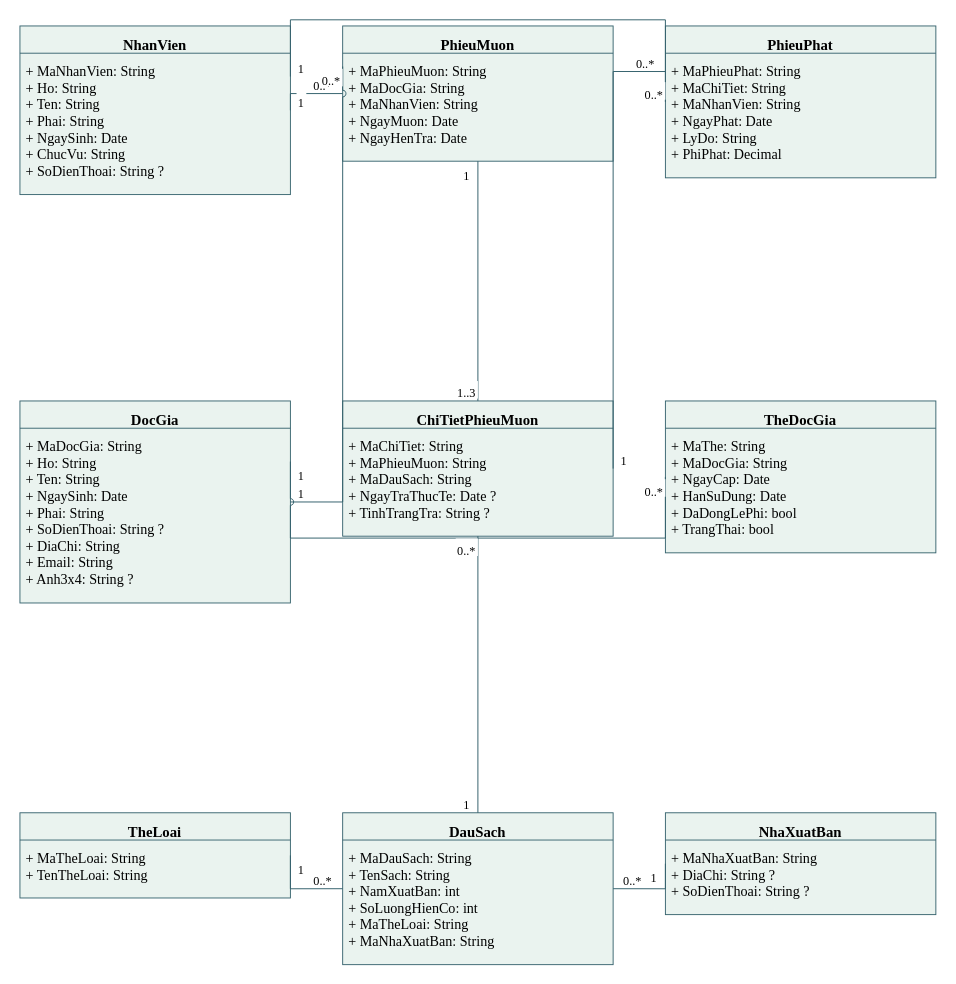
The draw.io diagram LAB2/UML/02_ClassDiagram.drawio in kanishere55/LAB_AT_OOSD, before the edit. Source tidied: cells renumbered, new cells numbered last; positions are measured from the earlier drawing's top-left corner, leaving out a move shared by most shapes. Both pictures are drawn from the tidied source at 118%, with x=0, y=0 at pixel (19, 19).
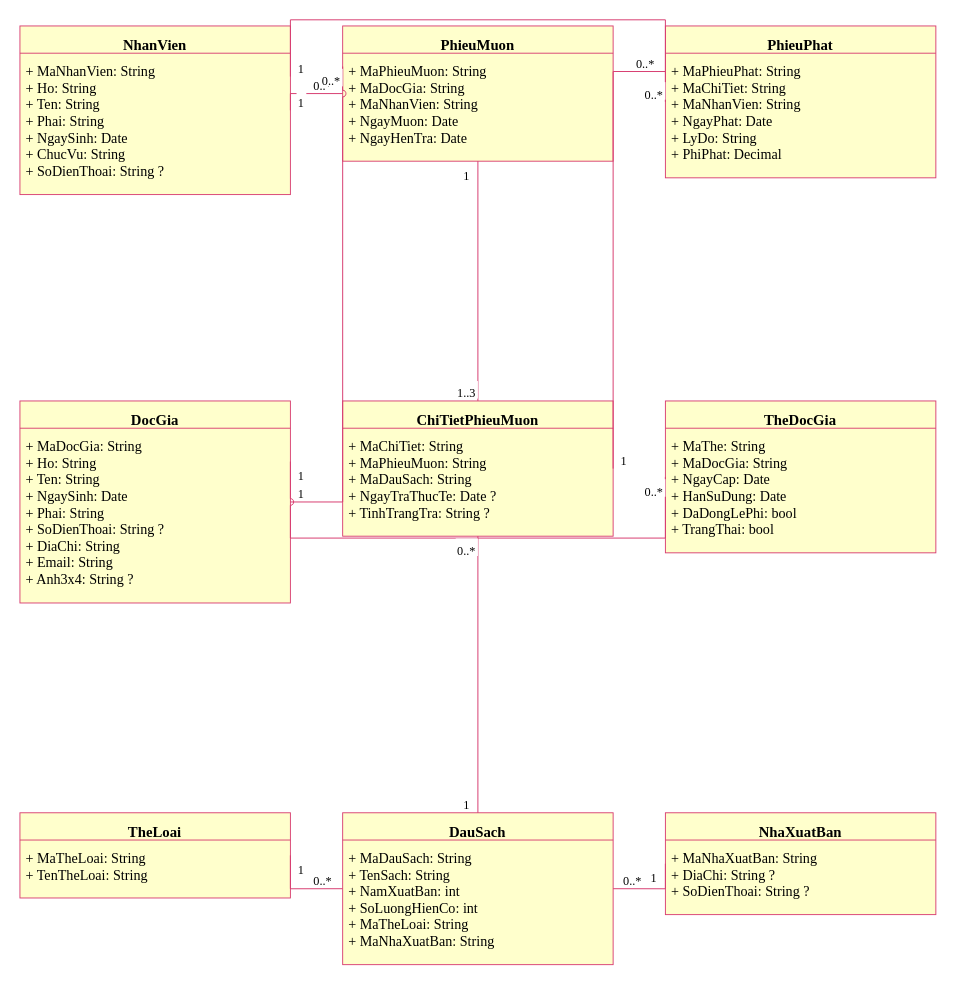
After the change.

Unchanged cells that the change refers to:
```xml
<mxCell id="2" style="group;html=0;" parent="1" vertex="1">
  <mxGeometry x="0.4" y="5.5" width="229.2" height="142.9" as="geometry" />
</mxCell>
<mxCell id="7" style="group;html=0;" parent="1" vertex="1">
  <mxGeometry x="273.9" y="5.5" width="229.2" height="114.6" as="geometry" />
</mxCell>
<mxCell id="12" style="group;html=0;" parent="1" vertex="1">
  <mxGeometry x="547.4" y="5.5" width="229.2" height="128.7" as="geometry" />
</mxCell>
<mxCell id="17" style="group;html=0;" parent="1" vertex="1">
  <mxGeometry x="0.4" y="323.3" width="229.2" height="171.2" as="geometry" />
</mxCell>
<mxCell id="22" style="group;html=0;" parent="1" vertex="1">
  <mxGeometry x="273.9" y="323.3" width="229.2" height="114.6" as="geometry" />
</mxCell>
<mxCell id="27" style="group;html=0;" parent="1" vertex="1">
  <mxGeometry x="547.4" y="323.3" width="229.2" height="128.7" as="geometry" />
</mxCell>
<mxCell id="32" style="group;html=0;" parent="1" vertex="1">
  <mxGeometry x="0.4" y="672.3" width="229.2" height="72.2" as="geometry" />
</mxCell>
<mxCell id="37" style="group;html=0;" parent="1" vertex="1">
  <mxGeometry x="273.9" y="672.3" width="229.2" height="128.7" as="geometry" />
</mxCell>
<mxCell id="42" style="group;html=0;" parent="1" vertex="1">
  <mxGeometry x="547.4" y="672.3" width="229.2" height="86.3" as="geometry" />
</mxCell>
```

Change to the diagram source:
```diff
@@
-    <mxCell id="3" style="rounded=0;arcSize=12;html=0;fillColor=#eaf3ef;strokeColor=#35626d;strokeWidth=0.781;" parent="2" vertex="1">
+    <mxCell id="3" style="rounded=0;arcSize=12;html=0;fillColor=#ffffcc;strokeColor=#d83d70;strokeWidth=0.781;" parent="2" vertex="1">
       <mxGeometry width="229.2" height="142.9" as="geometry" />
     </mxCell>
@@
-    <mxCell id="5" style="edgeStyle=none;noEdgeStyle=1;rounded=0;strokeColor=#35626d;strokeWidth=0.781;endArrow=none;startArrow=none;" parent="2" edge="1">
+    <mxCell id="5" style="edgeStyle=none;noEdgeStyle=1;rounded=0;strokeColor=#d83d70;strokeWidth=0.781;endArrow=none;startArrow=none;" parent="2" edge="1">
       <mxGeometry relative="1" as="geometry">
         <mxPoint y="23.1" as="sourcePoint" />
         <mxPoint x="229.2" y="23.1" as="targetPoint" />
       </mxGeometry>
     </mxCell>
@@
-    <mxCell id="8" style="rounded=0;arcSize=12;html=0;fillColor=#eaf3ef;strokeColor=#35626d;strokeWidth=0.781;" parent="7" vertex="1">
+    <mxCell id="8" style="rounded=0;arcSize=12;html=0;fillColor=#ffffcc;strokeColor=#d83d70;strokeWidth=0.781;" parent="7" vertex="1">
       <mxGeometry width="229.2" height="114.6" as="geometry" />
     </mxCell>
@@
-    <mxCell id="10" style="edgeStyle=none;noEdgeStyle=1;rounded=0;strokeColor=#35626d;strokeWidth=0.781;endArrow=none;startArrow=none;" parent="7" edge="1">
+    <mxCell id="10" style="edgeStyle=none;noEdgeStyle=1;rounded=0;strokeColor=#d83d70;strokeWidth=0.781;endArrow=none;startArrow=none;" parent="7" edge="1">
       <mxGeometry relative="1" as="geometry">
         <mxPoint y="23.1" as="sourcePoint" />
         <mxPoint x="229.2" y="23.1" as="targetPoint" />
       </mxGeometry>
     </mxCell>
@@
-    <mxCell id="13" style="rounded=0;arcSize=12;html=0;fillColor=#eaf3ef;strokeColor=#35626d;strokeWidth=0.781;" parent="12" vertex="1">
+    <mxCell id="13" style="rounded=0;arcSize=12;html=0;fillColor=#ffffcc;strokeColor=#d83d70;strokeWidth=0.781;" parent="12" vertex="1">
       <mxGeometry width="229.2" height="128.7" as="geometry" />
     </mxCell>
@@
-    <mxCell id="15" style="edgeStyle=none;noEdgeStyle=1;rounded=0;strokeColor=#35626d;strokeWidth=0.781;endArrow=none;startArrow=none;" parent="12" edge="1">
+    <mxCell id="15" style="edgeStyle=none;noEdgeStyle=1;rounded=0;strokeColor=#d83d70;strokeWidth=0.781;endArrow=none;startArrow=none;" parent="12" edge="1">
       <mxGeometry relative="1" as="geometry">
         <mxPoint y="23.1" as="sourcePoint" />
         <mxPoint x="229.2" y="23.1" as="targetPoint" />
       </mxGeometry>
     </mxCell>
@@
-    <mxCell id="18" style="rounded=0;arcSize=12;html=0;fillColor=#eaf3ef;strokeColor=#35626d;strokeWidth=0.781;" parent="17" vertex="1">
+    <mxCell id="18" style="rounded=0;arcSize=12;html=0;fillColor=#ffffcc;strokeColor=#d83d70;strokeWidth=0.781;" parent="17" vertex="1">
       <mxGeometry width="229.2" height="171.2" as="geometry" />
     </mxCell>
@@
-    <mxCell id="20" style="edgeStyle=none;noEdgeStyle=1;rounded=0;strokeColor=#35626d;strokeWidth=0.781;endArrow=none;startArrow=none;" parent="17" edge="1">
+    <mxCell id="20" style="edgeStyle=none;noEdgeStyle=1;rounded=0;strokeColor=#d83d70;strokeWidth=0.781;endArrow=none;startArrow=none;" parent="17" edge="1">
       <mxGeometry relative="1" as="geometry">
         <mxPoint y="23.1" as="sourcePoint" />
         <mxPoint x="229.2" y="23.1" as="targetPoint" />
       </mxGeometry>
     </mxCell>
@@
-    <mxCell id="23" style="rounded=0;arcSize=12;html=0;fillColor=#eaf3ef;strokeColor=#35626d;strokeWidth=0.781;" parent="22" vertex="1">
+    <mxCell id="23" style="rounded=0;arcSize=12;html=0;fillColor=#ffffcc;strokeColor=#d83d70;strokeWidth=0.781;" parent="22" vertex="1">
       <mxGeometry width="229.2" height="114.6" as="geometry" />
     </mxCell>
@@
-    <mxCell id="25" style="edgeStyle=none;noEdgeStyle=1;rounded=0;strokeColor=#35626d;strokeWidth=0.781;endArrow=none;startArrow=none;" parent="22" edge="1">
+    <mxCell id="25" style="edgeStyle=none;noEdgeStyle=1;rounded=0;strokeColor=#d83d70;strokeWidth=0.781;endArrow=none;startArrow=none;" parent="22" edge="1">
       <mxGeometry relative="1" as="geometry">
         <mxPoint y="23.1" as="sourcePoint" />
         <mxPoint x="229.2" y="23.1" as="targetPoint" />
       </mxGeometry>
     </mxCell>
@@
-    <mxCell id="28" style="rounded=0;arcSize=12;html=0;fillColor=#eaf3ef;strokeColor=#35626d;strokeWidth=0.781;" parent="27" vertex="1">
+    <mxCell id="28" style="rounded=0;arcSize=12;html=0;fillColor=#ffffcc;strokeColor=#d83d70;strokeWidth=0.781;" parent="27" vertex="1">
       <mxGeometry width="229.2" height="128.7" as="geometry" />
     </mxCell>
@@
-    <mxCell id="30" style="edgeStyle=none;noEdgeStyle=1;rounded=0;strokeColor=#35626d;strokeWidth=0.781;endArrow=none;startArrow=none;" parent="27" edge="1">
+    <mxCell id="30" style="edgeStyle=none;noEdgeStyle=1;rounded=0;strokeColor=#d83d70;strokeWidth=0.781;endArrow=none;startArrow=none;" parent="27" edge="1">
       <mxGeometry relative="1" as="geometry">
         <mxPoint y="23.1" as="sourcePoint" />
         <mxPoint x="229.2" y="23.1" as="targetPoint" />
       </mxGeometry>
     </mxCell>
@@
-    <mxCell id="33" style="rounded=0;arcSize=12;html=0;fillColor=#eaf3ef;strokeColor=#35626d;strokeWidth=0.781;" parent="32" vertex="1">
+    <mxCell id="33" style="rounded=0;arcSize=12;html=0;fillColor=#ffffcc;strokeColor=#d83d70;strokeWidth=0.781;" parent="32" vertex="1">
       <mxGeometry width="229.2" height="72.2" as="geometry" />
     </mxCell>
@@
-    <mxCell id="35" style="edgeStyle=none;noEdgeStyle=1;rounded=0;strokeColor=#35626d;strokeWidth=0.781;endArrow=none;startArrow=none;" parent="32" edge="1">
+    <mxCell id="35" style="edgeStyle=none;noEdgeStyle=1;rounded=0;strokeColor=#d83d70;strokeWidth=0.781;endArrow=none;startArrow=none;" parent="32" edge="1">
       <mxGeometry relative="1" as="geometry">
         <mxPoint y="23.1" as="sourcePoint" />
         <mxPoint x="229.2" y="23.1" as="targetPoint" />
       </mxGeometry>
     </mxCell>
@@
-    <mxCell id="38" style="rounded=0;arcSize=12;html=0;fillColor=#eaf3ef;strokeColor=#35626d;strokeWidth=0.781;" parent="37" vertex="1">
+    <mxCell id="38" style="rounded=0;arcSize=12;html=0;fillColor=#ffffcc;strokeColor=#d83d70;strokeWidth=0.781;" parent="37" vertex="1">
       <mxGeometry width="229.2" height="128.7" as="geometry" />
     </mxCell>
@@
-    <mxCell id="40" style="edgeStyle=none;noEdgeStyle=1;rounded=0;strokeColor=#35626d;strokeWidth=0.781;endArrow=none;startArrow=none;" parent="37" edge="1">
+    <mxCell id="40" style="edgeStyle=none;noEdgeStyle=1;rounded=0;strokeColor=#d83d70;strokeWidth=0.781;endArrow=none;startArrow=none;" parent="37" edge="1">
       <mxGeometry relative="1" as="geometry">
         <mxPoint y="23.1" as="sourcePoint" />
         <mxPoint x="229.2" y="23.1" as="targetPoint" />
       </mxGeometry>
     </mxCell>
@@
-    <mxCell id="43" style="rounded=0;arcSize=12;html=0;fillColor=#eaf3ef;strokeColor=#35626d;strokeWidth=0.781;" parent="42" vertex="1">
+    <mxCell id="43" style="rounded=0;arcSize=12;html=0;fillColor=#ffffcc;strokeColor=#d83d70;strokeWidth=0.781;" parent="42" vertex="1">
       <mxGeometry width="229.2" height="86.3" as="geometry" />
     </mxCell>
@@
-    <mxCell id="45" style="edgeStyle=none;noEdgeStyle=1;rounded=0;strokeColor=#35626d;strokeWidth=0.781;endArrow=none;startArrow=none;" parent="42" edge="1">
+    <mxCell id="45" style="edgeStyle=none;noEdgeStyle=1;rounded=0;strokeColor=#d83d70;strokeWidth=0.781;endArrow=none;startArrow=none;" parent="42" edge="1">
       <mxGeometry relative="1" as="geometry">
         <mxPoint y="23.1" as="sourcePoint" />
         <mxPoint x="229.2" y="23.1" as="targetPoint" />
       </mxGeometry>
     </mxCell>
@@
-    <mxCell id="47" style="edgeStyle=none;noEdgeStyle=1;rounded=0;jumpStyle=arc;jumpSize=6;strokeColor=#35626d;strokeWidth=0.833;endArrow=none;endFill=0;startArrow=none;startFill=1;exitX=1.0;exitY=0.5;exitPerimeter=0;entryX=0.0;entryY=0.5;entryPerimeter=0;" parent="1" edge="1" source="2" target="7">
+    <mxCell id="47" style="edgeStyle=none;noEdgeStyle=1;rounded=0;jumpStyle=arc;jumpSize=6;strokeColor=#d83d70;strokeWidth=0.833;endArrow=none;endFill=0;startArrow=none;startFill=1;exitX=1.0;exitY=0.5;exitPerimeter=0;entryX=0.0;entryY=0.5;entryPerimeter=0;" parent="1" edge="1" source="2" target="7">
       <mxGeometry relative="1" as="geometry">
         <Array as="points">
           <mxPoint x="229.6" y="62.8" />
         </Array>
       </mxGeometry>
     </mxCell>
@@
-    <mxCell id="50" style="edgeStyle=none;noEdgeStyle=1;rounded=0;jumpStyle=arc;jumpSize=6;strokeColor=#35626d;strokeWidth=0.833;endArrow=none;endFill=0;startArrow=none;startFill=1;exitX=1.0;exitY=0.3;exitPerimeter=0;entryX=0.0;entryY=0.49999999999999994;entryPerimeter=0;" parent="1" edge="1" source="2" target="12">
+    <mxCell id="50" style="edgeStyle=none;noEdgeStyle=1;rounded=0;jumpStyle=arc;jumpSize=6;strokeColor=#d83d70;strokeWidth=0.833;endArrow=none;endFill=0;startArrow=none;startFill=1;exitX=1.0;exitY=0.3;exitPerimeter=0;entryX=0.0;entryY=0.49999999999999994;entryPerimeter=0;" parent="1" edge="1" source="2" target="12">
       <mxGeometry relative="1" as="geometry">
         <Array as="points">
           <mxPoint x="229.6" y="0.3" />
           <mxPoint x="547.4" y="0.3" />
         </Array>
       </mxGeometry>
     </mxCell>
@@
-    <mxCell id="53" style="edgeStyle=none;noEdgeStyle=1;rounded=0;jumpStyle=arc;jumpSize=6;strokeColor=#35626d;strokeWidth=0.833;endArrow=none;endFill=0;startArrow=none;startFill=1;exitX=1.0;exitY=0.4999999999999999;exitPerimeter=0;entryX=0.0;entryY=0.3;entryPerimeter=0;" parent="1" edge="1" source="17" target="7">
+    <mxCell id="53" style="edgeStyle=none;noEdgeStyle=1;rounded=0;jumpStyle=arc;jumpSize=6;strokeColor=#d83d70;strokeWidth=0.833;endArrow=none;endFill=0;startArrow=none;startFill=1;exitX=1.0;exitY=0.4999999999999999;exitPerimeter=0;entryX=0.0;entryY=0.3;entryPerimeter=0;" parent="1" edge="1" source="17" target="7">
       <mxGeometry relative="1" as="geometry">
         <Array as="points">
           <mxPoint x="273.9" y="408.9" />
         </Array>
       </mxGeometry>
     </mxCell>
@@
-    <mxCell id="56" style="edgeStyle=none;noEdgeStyle=1;rounded=0;jumpStyle=arc;jumpSize=6;strokeColor=#35626d;strokeWidth=0.833;endArrow=none;endFill=0;startArrow=none;startFill=1;exitX=0.5;exitY=1.0;exitPerimeter=0;entryX=0.5;entryY=0.0;entryPerimeter=0;" parent="1" edge="1" source="7" target="22">
+    <mxCell id="56" style="edgeStyle=none;noEdgeStyle=1;rounded=0;jumpStyle=arc;jumpSize=6;strokeColor=#d83d70;strokeWidth=0.833;endArrow=none;endFill=0;startArrow=none;startFill=1;exitX=0.5;exitY=1.0;exitPerimeter=0;entryX=0.5;entryY=0.0;entryPerimeter=0;" parent="1" edge="1" source="7" target="22">
       <mxGeometry relative="1" as="geometry" />
     </mxCell>
@@
-    <mxCell id="59" style="edgeStyle=none;noEdgeStyle=1;rounded=0;jumpStyle=arc;jumpSize=6;strokeColor=#35626d;strokeWidth=0.833;endArrow=none;endFill=0;startArrow=none;startFill=1;exitX=1.0;exitY=0.5;exitPerimeter=0;entryX=0.0;entryY=0.3;entryPerimeter=0;" parent="1" edge="1" source="22" target="12">
+    <mxCell id="59" style="edgeStyle=none;noEdgeStyle=1;rounded=0;jumpStyle=arc;jumpSize=6;strokeColor=#d83d70;strokeWidth=0.833;endArrow=none;endFill=0;startArrow=none;startFill=1;exitX=1.0;exitY=0.5;exitPerimeter=0;entryX=0.0;entryY=0.3;entryPerimeter=0;" parent="1" edge="1" source="22" target="12">
       <mxGeometry relative="1" as="geometry">
         <Array as="points">
           <mxPoint x="503.1" y="44.1" />
         </Array>
       </mxGeometry>
     </mxCell>
@@
-    <mxCell id="62" style="edgeStyle=none;noEdgeStyle=1;rounded=0;jumpStyle=arc;jumpSize=6;strokeColor=#35626d;strokeWidth=0.833;endArrow=none;endFill=0;startArrow=none;startFill=1;exitX=1.0;exitY=0.2999999999999999;exitPerimeter=0;entryX=0.0;entryY=0.5000000000000002;entryPerimeter=0;" parent="1" edge="1" source="17" target="27">
+    <mxCell id="62" style="edgeStyle=none;noEdgeStyle=1;rounded=0;jumpStyle=arc;jumpSize=6;strokeColor=#d83d70;strokeWidth=0.833;endArrow=none;endFill=0;startArrow=none;startFill=1;exitX=1.0;exitY=0.2999999999999999;exitPerimeter=0;entryX=0.0;entryY=0.5000000000000002;entryPerimeter=0;" parent="1" edge="1" source="17" target="27">
       <mxGeometry relative="1" as="geometry">
         <Array as="points">
           <mxPoint x="229.6" y="439.5" />
           <mxPoint x="547.4" y="439.5" />
         </Array>
       </mxGeometry>
     </mxCell>
@@
-    <mxCell id="65" style="edgeStyle=none;noEdgeStyle=1;rounded=0;jumpStyle=arc;jumpSize=6;strokeColor=#35626d;strokeWidth=0.833;endArrow=none;endFill=0;startArrow=none;startFill=1;exitX=0.5;exitY=0.0;exitPerimeter=0;entryX=0.5;entryY=1.0;entryPerimeter=0;" parent="1" edge="1" source="37" target="22">
+    <mxCell id="65" style="edgeStyle=none;noEdgeStyle=1;rounded=0;jumpStyle=arc;jumpSize=6;strokeColor=#d83d70;strokeWidth=0.833;endArrow=none;endFill=0;startArrow=none;startFill=1;exitX=0.5;exitY=0.0;exitPerimeter=0;entryX=0.5;entryY=1.0;entryPerimeter=0;" parent="1" edge="1" source="37" target="22">
       <mxGeometry relative="1" as="geometry" />
     </mxCell>
@@
-    <mxCell id="68" style="edgeStyle=none;noEdgeStyle=1;rounded=0;jumpStyle=arc;jumpSize=6;strokeColor=#35626d;strokeWidth=0.833;endArrow=none;endFill=0;startArrow=none;startFill=1;exitX=1.0;exitY=0.49999999999999967;exitPerimeter=0;entryX=0.0;entryY=0.4999999999999997;entryPerimeter=0;" parent="1" edge="1" source="32" target="37">
+    <mxCell id="68" style="edgeStyle=none;noEdgeStyle=1;rounded=0;jumpStyle=arc;jumpSize=6;strokeColor=#d83d70;strokeWidth=0.833;endArrow=none;endFill=0;startArrow=none;startFill=1;exitX=1.0;exitY=0.49999999999999967;exitPerimeter=0;entryX=0.0;entryY=0.4999999999999997;entryPerimeter=0;" parent="1" edge="1" source="32" target="37">
       <mxGeometry relative="1" as="geometry">
         <Array as="points">
           <mxPoint x="229.6" y="736.7" />
         </Array>
       </mxGeometry>
     </mxCell>
@@
-    <mxCell id="71" style="edgeStyle=none;noEdgeStyle=1;rounded=0;jumpStyle=arc;jumpSize=6;strokeColor=#35626d;strokeWidth=0.833;endArrow=none;endFill=0;startArrow=none;startFill=1;exitX=0.0;exitY=0.49999999999999933;exitPerimeter=0;entryX=1.0;entryY=0.4999999999999997;entryPerimeter=0;" parent="1" edge="1" source="42" target="37">
+    <mxCell id="71" style="edgeStyle=none;noEdgeStyle=1;rounded=0;jumpStyle=arc;jumpSize=6;strokeColor=#d83d70;strokeWidth=0.833;endArrow=none;endFill=0;startArrow=none;startFill=1;exitX=0.0;exitY=0.49999999999999933;exitPerimeter=0;entryX=1.0;entryY=0.4999999999999997;entryPerimeter=0;" parent="1" edge="1" source="42" target="37">
       <mxGeometry relative="1" as="geometry">
         <Array as="points">
           <mxPoint x="547.4" y="736.7" />
         </Array>
       </mxGeometry>
     </mxCell>
```
